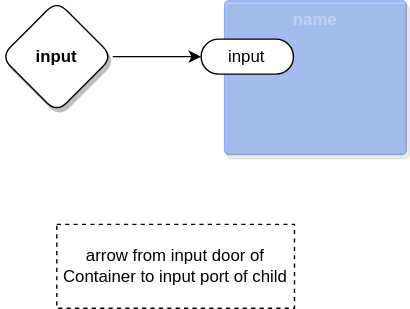
Earlier version of the draw.io export DPL syntax/DPL syntax-down.drawio.svg (guitarvydas/0dproto). Source tidied: cells renumbered, new cells last; positions are measured from the earlier drawing's top-left corner, leaving out a move shared by most shapes. Source of this version:
```xml
<mxGraphModel>
  <root>
    <mxCell id="0" />
    <mxCell id="1" parent="0" />
    <mxCell id="2" style="edgeStyle=orthogonalEdgeStyle;rounded=0;jettySize=auto;html=1;exitX=1;exitY=0.5;exitDx=0;exitDy=0;exitPerimeter=0;" parent="1" edge="1" source="3" target="5">
      <mxGeometry relative="1" as="geometry" />
    </mxCell>
    <mxCell id="3" value="input" style="rhombus;whiteSpace=wrap;html=1;rounded=1;fontStyle=1;glass=0;sketch=0;fontSize=12;points=[[0,0.5,0,0,0],[0.5,0,0,0,0],[0.5,1,0,0,0],[1,0.5,0,0,0]];shadow=1;" parent="1" vertex="1">
      <mxGeometry width="80" height="80" as="geometry" />
    </mxCell>
    <mxCell id="4" value="name" style="rounded=1;whiteSpace=wrap;html=1;sketch=0;verticalAlign=top;arcSize=6;fontStyle=1;absoluteArcSize=1;shadow=1;strokeColor=#001DBC;fillColor=#0050ef;fontColor=#ffffff;opacity=30;textOpacity=30;" parent="1" vertex="1">
      <mxGeometry x="160" width="130" height="110" as="geometry" />
    </mxCell>
    <mxCell id="5" value="input" style="rounded=1;whiteSpace=wrap;html=1;sketch=0;points=[[0,0.5,0,0,0],[1,0.5,0,0,0]];arcSize=50;" parent="4" vertex="1">
      <mxGeometry x="-16.8" y="27.5" width="66" height="25" as="geometry" />
    </mxCell>
    <mxCell id="6" value="arrow from input door of Container to input port of child" style="rounded=0;whiteSpace=wrap;html=1;dashed=1;" parent="1" vertex="1">
      <mxGeometry x="40" y="160" width="170" height="60" as="geometry" />
    </mxCell>
  </root>
</mxGraphModel>
```
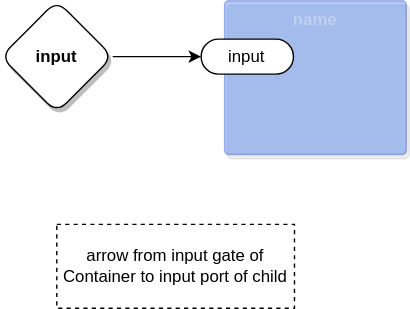
Later version of the same file.

Commit message:
edits to README.md and the diagrams in 'DPL syntax/*'

What changed in the source:
```diff
@@ -14,7 +14,7 @@
     <mxCell id="5" value="input" style="rounded=1;whiteSpace=wrap;html=1;sketch=0;points=[[0,0.5,0,0,0],[1,0.5,0,0,0]];arcSize=50;" parent="4" vertex="1">
       <mxGeometry x="-16.8" y="27.5" width="66" height="25" as="geometry" />
     </mxCell>
-    <mxCell id="6" value="arrow from input door of Container to input port of child" style="rounded=0;whiteSpace=wrap;html=1;dashed=1;" parent="1" vertex="1">
+    <mxCell id="6" value="arrow from input gate of Container to input port of child" style="rounded=0;whiteSpace=wrap;html=1;dashed=1;" parent="1" vertex="1">
       <mxGeometry x="40" y="160" width="170" height="60" as="geometry" />
     </mxCell>
   </root>
```
